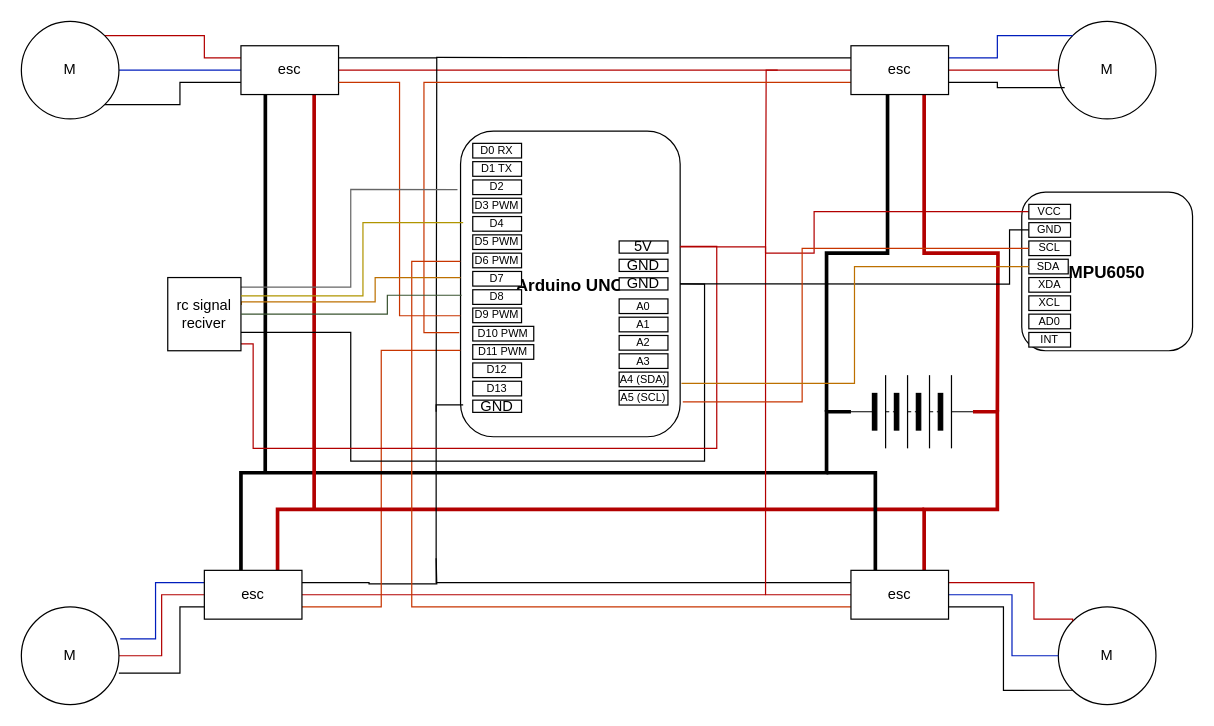
The draw.io diagram daigram_with_gyro.drawio in gitbhusalhubpramish/drone, before the edit. Source tidied: cells renumbered, new cells numbered last; positions are measured from the earlier drawing's top-left corner, leaving out a move shared by most shapes. Both pictures are drawn from the tidied source at 122%, with x=0, y=0 at pixel (21, 21).
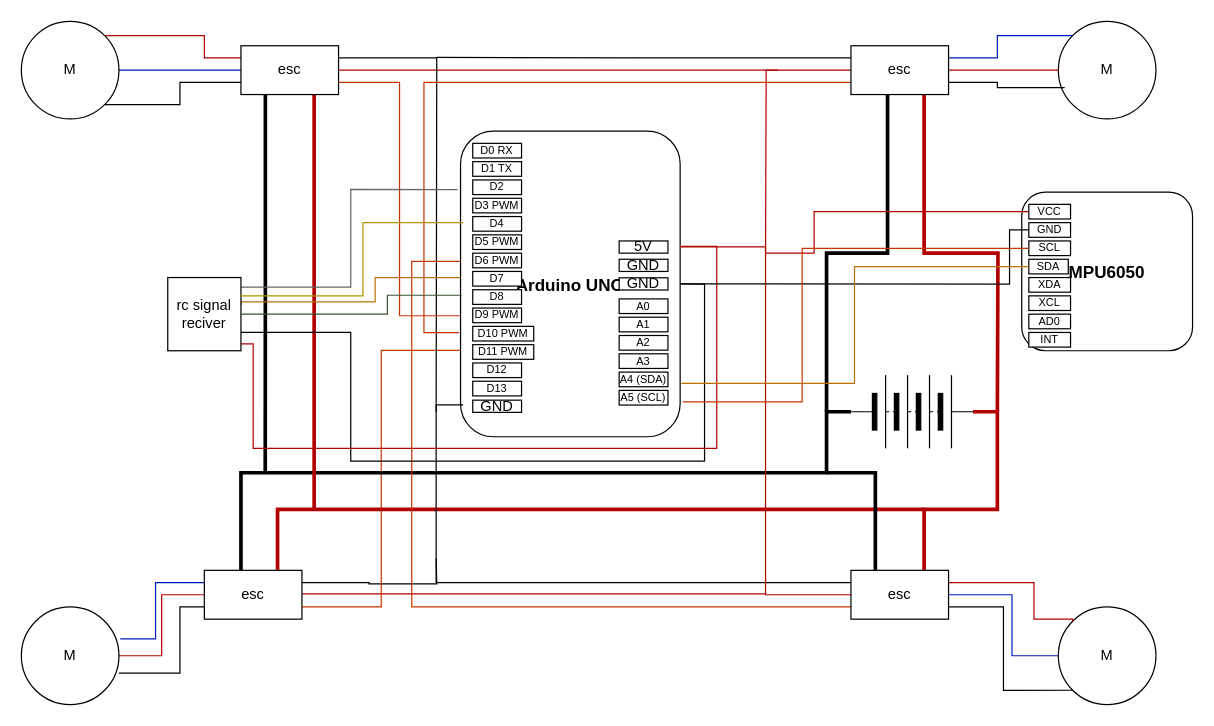
The same page after the edit.

The change refers to these unchanged cells:
```xml
<mxCell id="43" value="esc" style="rounded=0;whiteSpace=wrap;html=1;" parent="1" vertex="1">
  <mxGeometry x="150" y="450" width="80" height="40" as="geometry" />
</mxCell>
```

The edit, as a diff of the source:
```diff
@@
-    <mxCell id="39" style="edgeStyle=orthogonalEdgeStyle;rounded=0;jettySize=auto;html=1;fillColor=#e51400;strokeColor=#B20000;endArrow=none;endFill=0;" parent="1" edge="1" source="43">
+    <mxCell id="39" style="edgeStyle=orthogonalEdgeStyle;rounded=0;orthogonalLoop=1;jettySize=auto;html=1;fillColor=#e51400;strokeColor=#B20000;endArrow=none;endFill=0;" parent="1" edge="1">
       <mxGeometry relative="1" as="geometry">
-        <mxPoint x="610" y="470" as="targetPoint" />
+        <mxPoint x="230" y="469.3" as="sourcePoint" />
+        <mxPoint x="610" y="469.3" as="targetPoint" />
       </mxGeometry>
     </mxCell>
```
